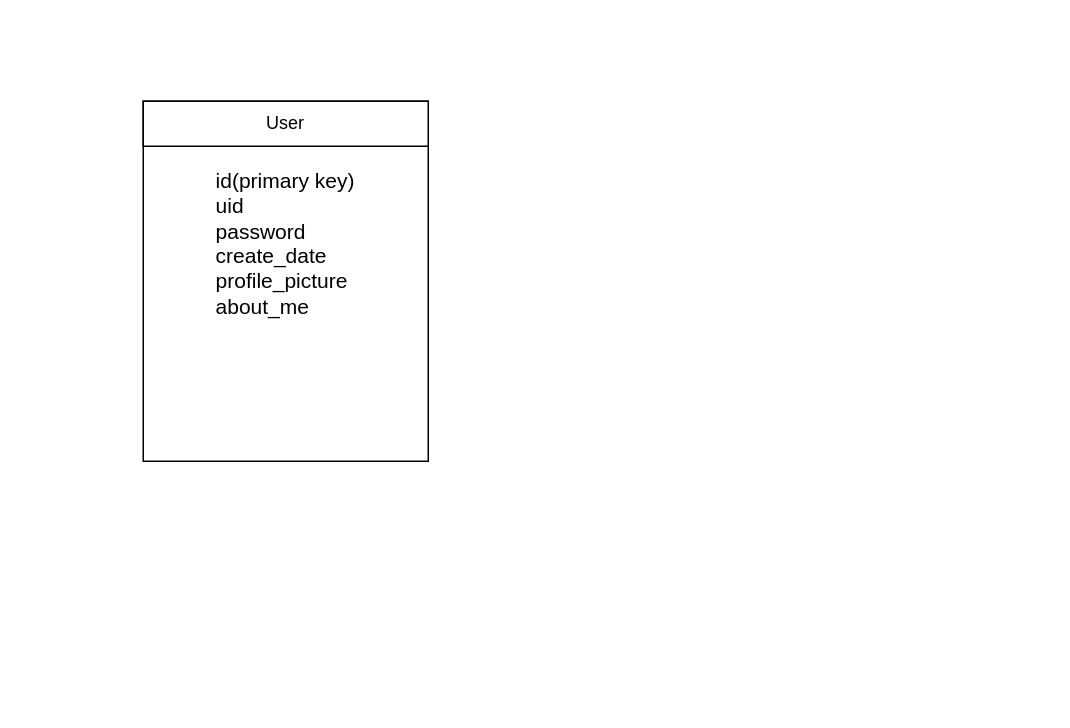
lectykim/emmateritory keeps this draw.io diagram as resdatabase.drawio. Above is the earlier version. Source tidied: cells renumbered, new cells numbered last; positions are measured from the earlier drawing's top-left corner, leaving out a move shared by most shapes. Both pictures are drawn from the tidied source at 150%, with x=0, y=0 at pixel (142, 100).
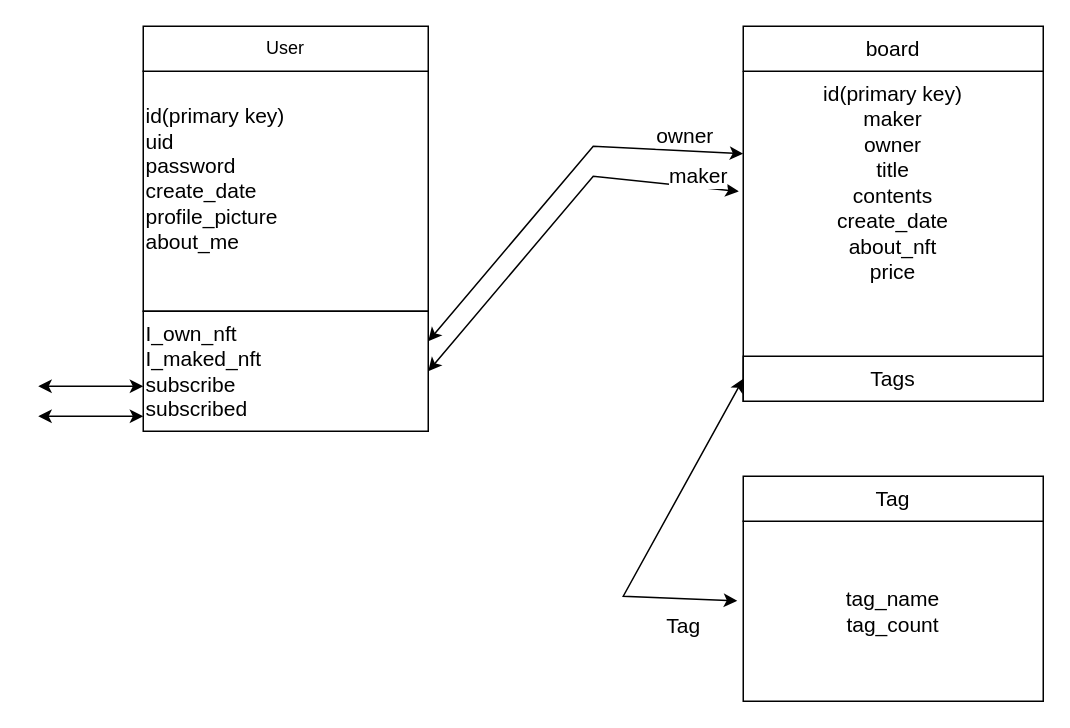
Above is the later version.

The edit, as a diff of the source:
```diff
@@
-    <mxCell id="2" value="&lt;div style=&quot;text-align: left; font-size: 14px;&quot;&gt;&lt;font style=&quot;font-size: 14px;&quot;&gt;&lt;span style=&quot;background-color: initial;&quot;&gt;id(primary key)&lt;/span&gt;&lt;br&gt;&lt;span style=&quot;background-color: initial;&quot;&gt;uid&lt;/span&gt;&lt;br&gt;&lt;span style=&quot;background-color: initial;&quot;&gt;password&lt;/span&gt;&lt;br&gt;&lt;/font&gt;&lt;/div&gt;&lt;div style=&quot;text-align: left; font-size: 14px;&quot;&gt;create_date&lt;/div&gt;&lt;div style=&quot;text-align: left; font-size: 14px;&quot;&gt;profile_picture&lt;/div&gt;&lt;div style=&quot;text-align: left; font-size: 14px;&quot;&gt;about_me&lt;/div&gt;&lt;div style=&quot;text-align: left; font-size: 14px;&quot;&gt;&lt;br&gt;&lt;/div&gt;&lt;div style=&quot;text-align: left; font-size: 14px;&quot;&gt;&lt;br&gt;&lt;/div&gt;&lt;div style=&quot;text-align: left; font-size: 14px;&quot;&gt;&lt;br&gt;&lt;/div&gt;" style="rounded=0;whiteSpace=wrap;html=1;" parent="1" vertex="1">
-      <mxGeometry width="190" height="240" as="geometry" />
+    <mxCell id="2" value="&lt;div style=&quot;font-size: 14px;&quot;&gt;&lt;div style=&quot;&quot;&gt;&lt;span style=&quot;background-color: initial;&quot;&gt;id(primary key)&lt;/span&gt;&lt;/div&gt;&lt;font style=&quot;font-size: 14px;&quot;&gt;&lt;div style=&quot;&quot;&gt;&lt;span style=&quot;background-color: initial;&quot;&gt;uid&lt;/span&gt;&lt;/div&gt;&lt;span style=&quot;background-color: initial;&quot;&gt;&lt;div style=&quot;&quot;&gt;&lt;span style=&quot;background-color: initial;&quot;&gt;password&lt;/span&gt;&lt;/div&gt;&lt;/span&gt;&lt;/font&gt;&lt;/div&gt;&lt;div style=&quot;font-size: 14px;&quot;&gt;create_date&lt;/div&gt;&lt;div style=&quot;font-size: 14px;&quot;&gt;profile_picture&lt;/div&gt;&lt;div style=&quot;font-size: 14px;&quot;&gt;about_me&lt;/div&gt;&lt;div style=&quot;font-size: 14px;&quot;&gt;&lt;br&gt;&lt;/div&gt;" style="rounded=0;whiteSpace=wrap;html=1;align=left;" parent="1" vertex="1">
+      <mxGeometry y="-20" width="190" height="160" as="geometry" />
     </mxCell>
     <mxCell id="3" value="User" style="rounded=0;whiteSpace=wrap;html=1;" parent="1" vertex="1">
-      <mxGeometry width="190" height="30" as="geometry" />
+      <mxGeometry y="-50" width="190" height="30" as="geometry" />
     </mxCell>
+    <mxCell id="4" value="I_own_nft&lt;br&gt;I_maked_nft&lt;br&gt;subscribe&lt;br&gt;subscribed" style="rounded=0;whiteSpace=wrap;html=1;fontSize=14;align=left;" parent="1" vertex="1">
+      <mxGeometry y="140" width="190" height="80" as="geometry" />
+    </mxCell>
+    <mxCell id="5" style="endArrow=classic;startArrow=classic;html=1;rounded=0;fontSize=14;" parent="1" edge="1">
+      <mxGeometry relative="1" as="geometry">
+        <mxPoint x="-70" y="190" as="sourcePoint" />
+        <mxPoint y="190" as="targetPoint" />
+      </mxGeometry>
+    </mxCell>
+    <mxCell id="6" style="endArrow=classic;startArrow=classic;html=1;rounded=0;fontSize=14;" parent="1" edge="1">
+      <mxGeometry relative="1" as="geometry">
+        <mxPoint x="-70" y="210" as="sourcePoint" />
+        <mxPoint y="210" as="targetPoint" />
+        <Array as="points">
+          <mxPoint x="-40" y="210" />
+        </Array>
+      </mxGeometry>
+    </mxCell>
+    <mxCell id="7" value="id(primary key)&#10;maker&#10;owner&#10;title&#10;contents&#10;create_date&#10;about_nft&#10;price&#10;" style="swimlane;startSize=0;fontSize=14;align=center;verticalAlign=top;fontStyle=0;" parent="1" vertex="1">
+      <mxGeometry x="400" y="-20" width="200" height="220" as="geometry" />
+    </mxCell>
+    <mxCell id="8" value="Tags" style="rounded=0;whiteSpace=wrap;html=1;fontSize=14;" parent="7" vertex="1">
+      <mxGeometry y="190" width="200" height="30" as="geometry" />
+    </mxCell>
+    <mxCell id="9" value="board" style="rounded=0;whiteSpace=wrap;html=1;fontSize=14;" parent="1" vertex="1">
+      <mxGeometry x="400" y="-50" width="200" height="30" as="geometry" />
+    </mxCell>
+    <mxCell id="10" value="owner" style="endArrow=classic;startArrow=classic;html=1;rounded=0;fontSize=14;entryX=0;entryY=0.25;entryDx=0;entryDy=0;exitX=1;exitY=0.25;exitDx=0;exitDy=0;" parent="1" edge="1" source="4" target="7">
+      <mxGeometry x="0.71" y="10" relative="1" as="geometry">
+        <Array as="points">
+          <mxPoint x="300" y="30" />
+        </Array>
+      </mxGeometry>
+    </mxCell>
+    <mxCell id="11" value="maker" style="endArrow=classic;startArrow=classic;html=1;rounded=0;fontSize=14;entryX=-0.015;entryY=0.364;entryDx=0;entryDy=0;entryPerimeter=0;" parent="1" edge="1" target="7">
+      <mxGeometry x="0.79" y="7" relative="1" as="geometry">
+        <mxPoint x="190" y="180" as="sourcePoint" />
+        <Array as="points">
+          <mxPoint x="300" y="50" />
+        </Array>
+      </mxGeometry>
+    </mxCell>
+    <mxCell id="12" value="tag_name&lt;br&gt;tag_count" style="rounded=0;whiteSpace=wrap;html=1;fontSize=14;" parent="1" vertex="1">
+      <mxGeometry x="400" y="280" width="200" height="120" as="geometry" />
+    </mxCell>
+    <mxCell id="13" value="Tag" style="rounded=0;whiteSpace=wrap;html=1;fontSize=14;" parent="1" vertex="1">
+      <mxGeometry x="400" y="250" width="200" height="30" as="geometry" />
+    </mxCell>
+    <mxCell id="14" value="Tag" style="endArrow=classic;startArrow=classic;html=1;rounded=0;fontSize=14;entryX=0;entryY=0.5;entryDx=0;entryDy=0;exitX=-0.02;exitY=0.442;exitDx=0;exitDy=0;exitPerimeter=0;" parent="1" edge="1" source="12" target="8">
+      <mxGeometry x="-0.71" y="18" relative="1" as="geometry">
+        <Array as="points">
+          <mxPoint x="320" y="330" />
+        </Array>
+      </mxGeometry>
+    </mxCell>
```
